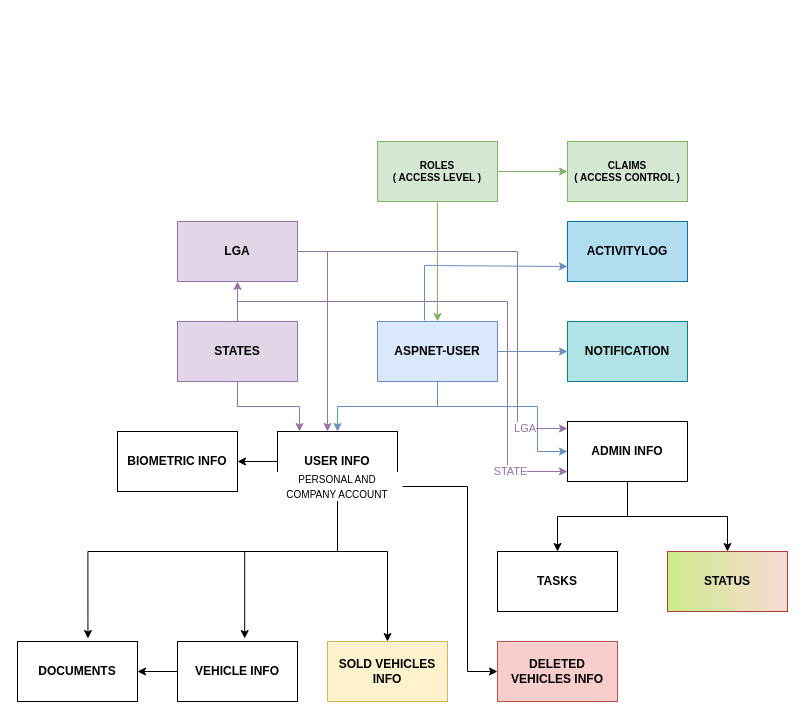
The draw.io diagram Untitled Diagram.drawio in kyree-henry/VMS-Database-Schema, before the edit. Source tidied: cells renumbered, new cells numbered last; positions are measured from the earlier drawing's top-left corner, leaving out a move shared by most shapes. Both pictures are drawn from the tidied source at 100%, with x=0, y=0 at pixel (17, 141).
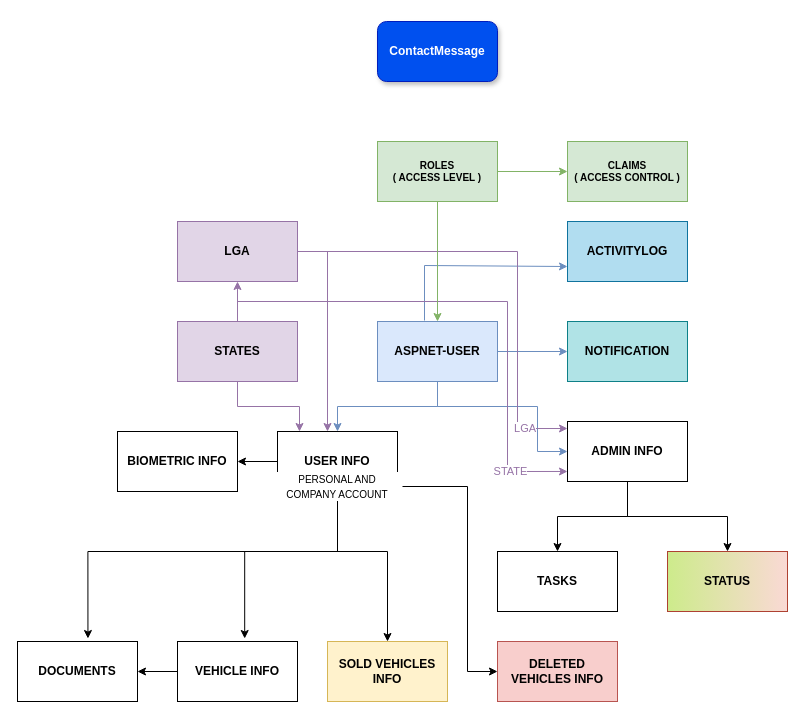
The same diagram, later.

What changed in the source:
```diff
@@
+    <mxCell id="40" value="&lt;b&gt;ContactMessage&lt;/b&gt;" style="rounded=1;whiteSpace=wrap;html=1;fillColor=#0050ef;fontColor=#ffffff;strokeColor=#001DBC;shadow=1;glass=0;sketch=0;" parent="1" vertex="1">
+      <mxGeometry x="360" y="-120" width="120" height="60" as="geometry" />
+    </mxCell>
```
